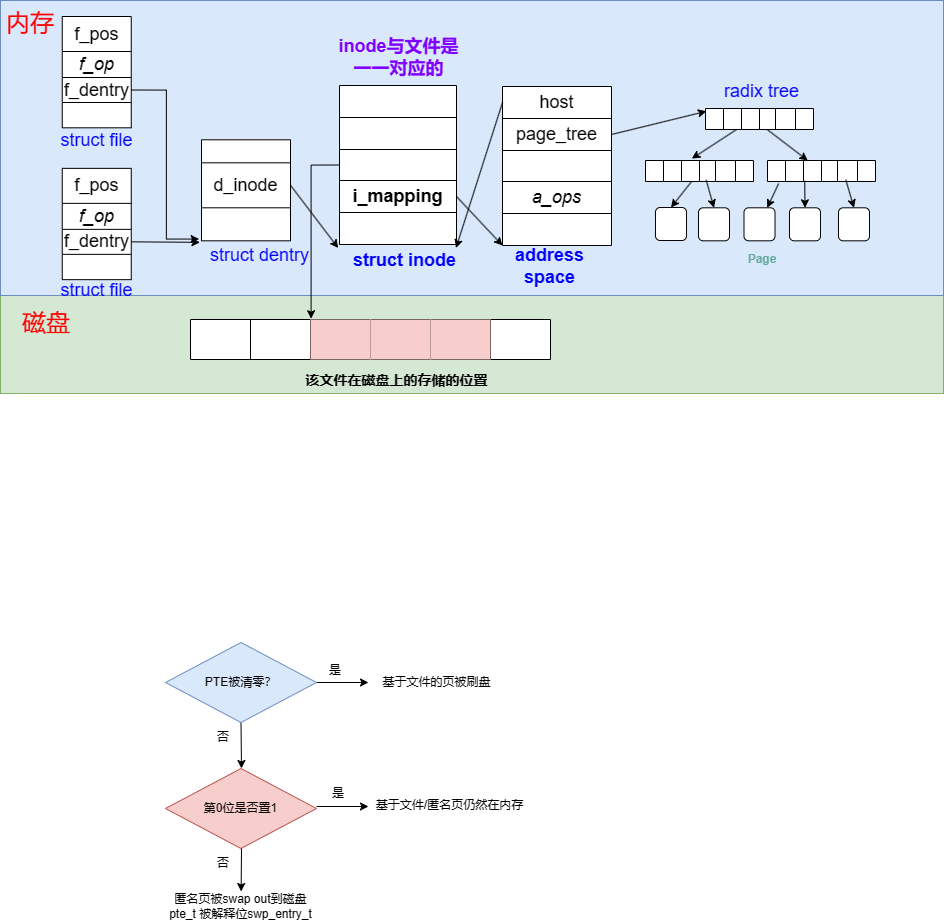
This is OS/mmap/mmap.drawio.png from SixPlusAndTimes/drawio, a draw.io export, as it was before one commit. Source tidied: cells renumbered, new cells last; positions are measured from the earlier drawing's top-left corner, leaving out a move shared by most shapes.
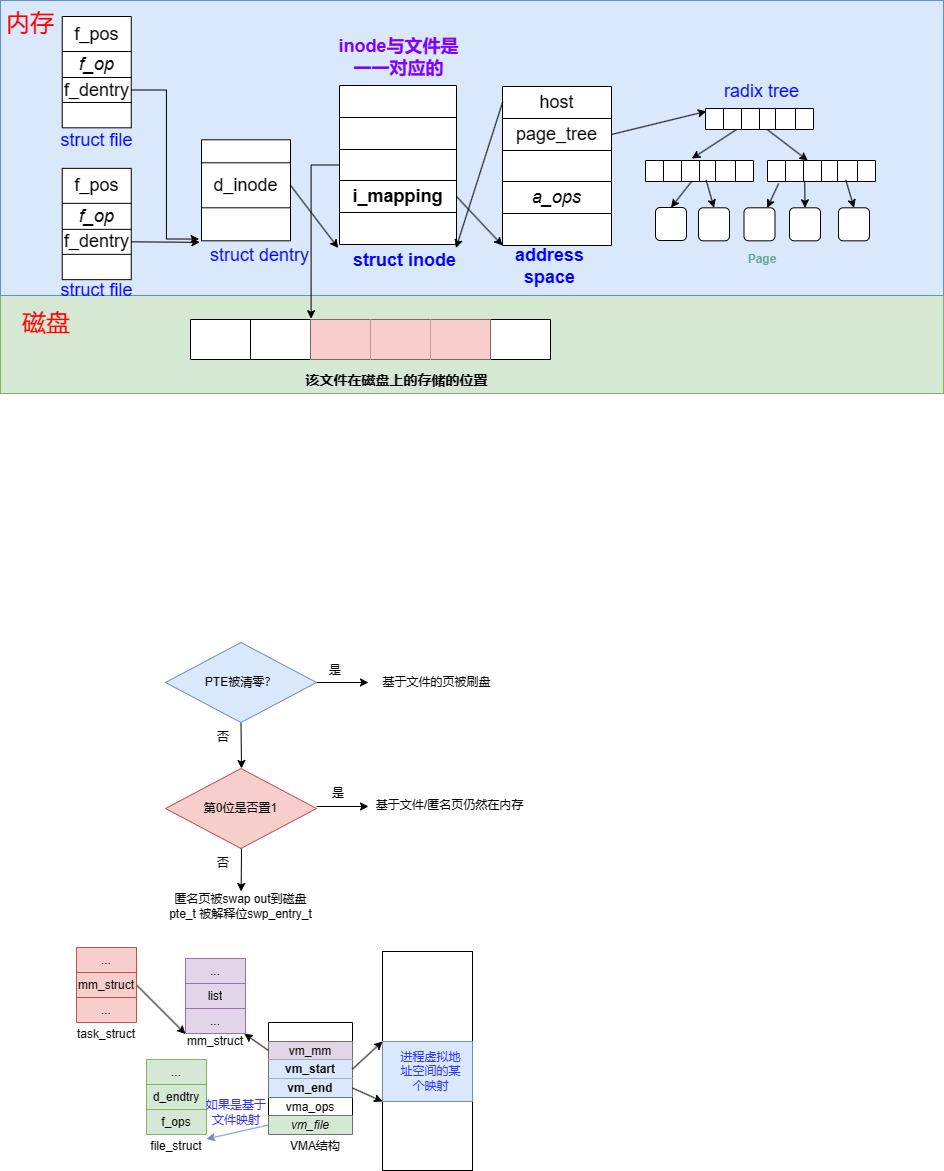
After the commit.

Change to the diagram source:
```diff
@@ -381,5 +381,146 @@
     <mxCell id="125" style="edgeStyle=orthogonalEdgeStyle;rounded=0;jettySize=auto;html=1;exitX=1;exitY=0.5;exitDx=0;exitDy=0;entryX=-0.027;entryY=0.946;entryDx=0;entryDy=0;entryPerimeter=0;" parent="1" edge="1" source="121" target="20">
       <mxGeometry relative="1" as="geometry" />
     </mxCell>
+    <mxCell id="126" style="shape=table;startSize=0;" parent="1" vertex="1">
+      <mxGeometry x="268" y="1022" width="84" height="112" as="geometry" />
+    </mxCell>
+    <mxCell id="127" style="shape=tableRow;horizontal=0;startSize=0;swimlaneHead=0;swimlaneBody=0;strokeColor=inherit;top=0;left=0;bottom=0;right=0;fillColor=none;" parent="126" vertex="1">
+      <mxGeometry width="84" height="19" as="geometry" />
+    </mxCell>
+    <mxCell id="128" style="shape=partialRectangle;html=1;whiteSpace=wrap;strokeColor=inherit;overflow=hidden;fillColor=none;top=0;left=0;bottom=0;right=0;" parent="127" vertex="1">
+      <mxGeometry width="84" height="19" as="geometry" />
+    </mxCell>
+    <mxCell id="129" style="shape=tableRow;horizontal=0;startSize=0;swimlaneHead=0;swimlaneBody=0;strokeColor=inherit;top=0;left=0;bottom=0;right=0;fillColor=none;points=[[0,0.5],[1,0.5]];portConstraint=eastwest;" parent="126" vertex="1">
+      <mxGeometry y="19" width="84" height="18" as="geometry" />
+    </mxCell>
+    <mxCell id="130" value="vm_mm" style="shape=partialRectangle;html=1;whiteSpace=wrap;strokeColor=#9673a6;overflow=hidden;fillColor=#e1d5e7;top=0;left=0;bottom=0;right=0;" parent="129" vertex="1">
+      <mxGeometry width="84" height="18" as="geometry" />
+    </mxCell>
+    <mxCell id="131" style="shape=tableRow;horizontal=0;startSize=0;swimlaneHead=0;swimlaneBody=0;strokeColor=inherit;top=0;left=0;bottom=0;right=0;fillColor=none;points=[[0,0.5],[1,0.5]];portConstraint=eastwest;" parent="126" vertex="1">
+      <mxGeometry y="37" width="84" height="19" as="geometry" />
+    </mxCell>
+    <mxCell id="132" value="&lt;b&gt;vm_start&lt;/b&gt;" style="shape=partialRectangle;html=1;whiteSpace=wrap;strokeColor=#6c8ebf;overflow=hidden;fillColor=#dae8fc;top=0;left=0;bottom=0;right=0;" parent="131" vertex="1">
+      <mxGeometry width="84" height="19" as="geometry" />
+    </mxCell>
+    <mxCell id="133" style="shape=tableRow;horizontal=0;startSize=0;swimlaneHead=0;swimlaneBody=0;strokeColor=inherit;top=0;left=0;bottom=0;right=0;fillColor=none;points=[[0,0.5],[1,0.5]];portConstraint=eastwest;" parent="126" vertex="1">
+      <mxGeometry y="56" width="84" height="19" as="geometry" />
+    </mxCell>
+    <mxCell id="134" value="&lt;b&gt;vm_end&lt;/b&gt;" style="shape=partialRectangle;html=1;whiteSpace=wrap;strokeColor=#6c8ebf;overflow=hidden;fillColor=#dae8fc;top=0;left=0;bottom=0;right=0;" parent="133" vertex="1">
+      <mxGeometry width="84" height="19" as="geometry" />
+    </mxCell>
+    <mxCell id="135" style="shape=tableRow;horizontal=0;startSize=0;swimlaneHead=0;swimlaneBody=0;strokeColor=inherit;top=0;left=0;bottom=0;right=0;fillColor=none;" parent="126" vertex="1">
+      <mxGeometry y="75" width="84" height="18" as="geometry" />
+    </mxCell>
+    <mxCell id="136" value="vma_ops" style="shape=partialRectangle;html=1;whiteSpace=wrap;strokeColor=inherit;overflow=hidden;fillColor=none;top=0;left=0;bottom=0;right=0;" parent="135" vertex="1">
+      <mxGeometry width="84" height="18" as="geometry" />
+    </mxCell>
+    <mxCell id="137" style="shape=tableRow;horizontal=0;startSize=0;swimlaneHead=0;swimlaneBody=0;strokeColor=inherit;top=0;left=0;bottom=0;right=0;fillColor=none;points=[[0,0.5],[1,0.5]];portConstraint=eastwest;" parent="126" vertex="1">
+      <mxGeometry y="93" width="84" height="19" as="geometry" />
+    </mxCell>
+    <mxCell id="138" value="&lt;i&gt;vm_file&lt;/i&gt;" style="shape=partialRectangle;html=1;whiteSpace=wrap;strokeColor=#82b366;overflow=hidden;fillColor=#d5e8d4;top=0;left=0;bottom=0;right=0;" parent="137" vertex="1">
+      <mxGeometry width="84" height="19" as="geometry" />
+    </mxCell>
+    <mxCell id="139" style="rounded=0;whiteSpace=wrap;html=1;" parent="1" vertex="1">
+      <mxGeometry x="382" y="951" width="90" height="219" as="geometry" />
+    </mxCell>
+    <mxCell id="140" style="rounded=0;whiteSpace=wrap;html=1;fillColor=#dae8fc;strokeColor=#6c8ebf;" parent="1" vertex="1">
+      <mxGeometry x="382" y="1041" width="90" height="60" as="geometry" />
+    </mxCell>
+    <mxCell id="141" style="rounded=0;jettySize=auto;html=1;exitX=1;exitY=0.5;exitDx=0;exitDy=0;entryX=0;entryY=0;entryDx=0;entryDy=0;" parent="1" edge="1" source="131" target="140">
+      <mxGeometry relative="1" as="geometry" />
+    </mxCell>
+    <mxCell id="142" style="rounded=0;jettySize=auto;html=1;exitX=1;exitY=0.5;exitDx=0;exitDy=0;entryX=0;entryY=1;entryDx=0;entryDy=0;" parent="1" edge="1" source="133" target="140">
+      <mxGeometry relative="1" as="geometry" />
+    </mxCell>
+    <mxCell id="143" value="&lt;font color=&quot;#3333ff&quot;&gt;进程虚拟地址空间的某个映射&lt;/font&gt;" style="text;html=1;strokeColor=none;fillColor=none;align=center;verticalAlign=middle;whiteSpace=wrap;rounded=0;" parent="1" vertex="1">
+      <mxGeometry x="396" y="1056" width="69" height="30" as="geometry" />
+    </mxCell>
+    <mxCell id="144" value="VMA结构" style="text;html=1;strokeColor=none;fillColor=none;align=center;verticalAlign=middle;whiteSpace=wrap;rounded=0;" parent="1" vertex="1">
+      <mxGeometry x="285" y="1131" width="60" height="30" as="geometry" />
+    </mxCell>
+    <mxCell id="145" style="shape=table;startSize=0;fillColor=#e1d5e7;strokeColor=#9673a6;" parent="1" vertex="1">
+      <mxGeometry x="185" y="958" width="60" height="75" as="geometry" />
+    </mxCell>
+    <mxCell id="146" style="shape=tableRow;horizontal=0;startSize=0;swimlaneHead=0;swimlaneBody=0;strokeColor=inherit;top=0;left=0;bottom=0;right=0;fillColor=none;" parent="145" vertex="1">
+      <mxGeometry width="60" height="25" as="geometry" />
+    </mxCell>
+    <mxCell id="147" value="..." style="shape=partialRectangle;html=1;whiteSpace=wrap;strokeColor=inherit;overflow=hidden;fillColor=none;top=0;left=0;bottom=0;right=0;" parent="146" vertex="1">
+      <mxGeometry width="60" height="25" as="geometry" />
+    </mxCell>
+    <mxCell id="148" style="shape=tableRow;horizontal=0;startSize=0;swimlaneHead=0;swimlaneBody=0;strokeColor=inherit;top=0;left=0;bottom=0;right=0;fillColor=none;" parent="145" vertex="1">
+      <mxGeometry y="25" width="60" height="25" as="geometry" />
+    </mxCell>
+    <mxCell id="149" value="list" style="shape=partialRectangle;html=1;whiteSpace=wrap;strokeColor=inherit;overflow=hidden;fillColor=none;top=0;left=0;bottom=0;right=0;" parent="148" vertex="1">
+      <mxGeometry width="60" height="25" as="geometry" />
+    </mxCell>
+    <mxCell id="150" style="shape=tableRow;horizontal=0;startSize=0;swimlaneHead=0;swimlaneBody=0;strokeColor=inherit;top=0;left=0;bottom=0;right=0;fillColor=none;points=[[0,0.5],[1,0.5]];portConstraint=eastwest;" parent="145" vertex="1">
+      <mxGeometry y="50" width="60" height="25" as="geometry" />
+    </mxCell>
+    <mxCell id="151" value="..." style="shape=partialRectangle;html=1;whiteSpace=wrap;strokeColor=inherit;overflow=hidden;fillColor=none;top=0;left=0;bottom=0;right=0;" parent="150" vertex="1">
+      <mxGeometry width="60" height="25" as="geometry" />
+    </mxCell>
+    <mxCell id="152" value="mm_struct" style="text;html=1;strokeColor=none;fillColor=none;align=center;verticalAlign=middle;whiteSpace=wrap;rounded=0;" parent="1" vertex="1">
+      <mxGeometry x="185" y="1026" width="60" height="30" as="geometry" />
+    </mxCell>
+    <mxCell id="153" style="rounded=0;jettySize=auto;html=1;exitX=0;exitY=0.5;exitDx=0;exitDy=0;entryX=0.98;entryY=1.009;entryDx=0;entryDy=0;entryPerimeter=0;" parent="1" edge="1" source="129" target="150">
+      <mxGeometry relative="1" as="geometry" />
+    </mxCell>
+    <mxCell id="154" style="shape=table;startSize=0;fillColor=#d5e8d4;strokeColor=#82b366;" parent="1" vertex="1">
+      <mxGeometry x="146" y="1059" width="60" height="75" as="geometry" />
+    </mxCell>
+    <mxCell id="155" style="shape=tableRow;horizontal=0;startSize=0;swimlaneHead=0;swimlaneBody=0;strokeColor=inherit;top=0;left=0;bottom=0;right=0;fillColor=none;" parent="154" vertex="1">
+      <mxGeometry width="60" height="25" as="geometry" />
+    </mxCell>
+    <mxCell id="156" value="..." style="shape=partialRectangle;html=1;whiteSpace=wrap;strokeColor=inherit;overflow=hidden;fillColor=none;top=0;left=0;bottom=0;right=0;" parent="155" vertex="1">
+      <mxGeometry width="60" height="25" as="geometry" />
+    </mxCell>
+    <mxCell id="157" style="shape=tableRow;horizontal=0;startSize=0;swimlaneHead=0;swimlaneBody=0;strokeColor=inherit;top=0;left=0;bottom=0;right=0;fillColor=none;" parent="154" vertex="1">
+      <mxGeometry y="25" width="60" height="25" as="geometry" />
+    </mxCell>
+    <mxCell id="158" value="d_endtry" style="shape=partialRectangle;html=1;whiteSpace=wrap;strokeColor=inherit;overflow=hidden;fillColor=none;top=0;left=0;bottom=0;right=0;" parent="157" vertex="1">
+      <mxGeometry width="60" height="25" as="geometry" />
+    </mxCell>
+    <mxCell id="159" style="shape=tableRow;horizontal=0;startSize=0;swimlaneHead=0;swimlaneBody=0;strokeColor=inherit;top=0;left=0;bottom=0;right=0;fillColor=none;" parent="154" vertex="1">
+      <mxGeometry y="50" width="60" height="25" as="geometry" />
+    </mxCell>
+    <mxCell id="160" value="f_ops" style="shape=partialRectangle;html=1;whiteSpace=wrap;strokeColor=inherit;overflow=hidden;fillColor=none;top=0;left=0;bottom=0;right=0;" parent="159" vertex="1">
+      <mxGeometry width="60" height="25" as="geometry" />
+    </mxCell>
+    <mxCell id="161" value="file_struct" style="text;html=1;strokeColor=none;fillColor=none;align=center;verticalAlign=middle;whiteSpace=wrap;rounded=0;" parent="1" vertex="1">
+      <mxGeometry x="146" y="1131" width="60" height="30" as="geometry" />
+    </mxCell>
+    <mxCell id="162" style="rounded=0;jettySize=auto;html=1;exitX=0;exitY=0.5;exitDx=0;exitDy=0;entryX=1;entryY=0.25;entryDx=0;entryDy=0;fillColor=#dae8fc;strokeColor=#6c8ebf;" parent="1" edge="1" source="137" target="161">
+      <mxGeometry relative="1" as="geometry" />
+    </mxCell>
+    <mxCell id="163" value="&lt;font color=&quot;#3333ff&quot;&gt;如果是基于文件映射&lt;/font&gt;" style="text;html=1;strokeColor=none;fillColor=none;align=center;verticalAlign=middle;whiteSpace=wrap;rounded=0;" parent="1" vertex="1">
+      <mxGeometry x="203" y="1097" width="66" height="30" as="geometry" />
+    </mxCell>
+    <mxCell id="164" style="rounded=0;jettySize=auto;html=1;exitX=1;exitY=0.5;exitDx=0;exitDy=0;entryX=0;entryY=0.25;entryDx=0;entryDy=0;" parent="1" edge="1" source="165" target="152">
+      <mxGeometry relative="1" as="geometry" />
+    </mxCell>
+    <mxCell id="165" style="shape=table;startSize=0;fillColor=#f8cecc;strokeColor=#b85450;" parent="1" vertex="1">
+      <mxGeometry x="76" y="947" width="60" height="75" as="geometry" />
+    </mxCell>
+    <mxCell id="166" style="shape=tableRow;horizontal=0;startSize=0;swimlaneHead=0;swimlaneBody=0;strokeColor=inherit;top=0;left=0;bottom=0;right=0;fillColor=none;" parent="165" vertex="1">
+      <mxGeometry width="60" height="25" as="geometry" />
+    </mxCell>
+    <mxCell id="167" value="..." style="shape=partialRectangle;html=1;whiteSpace=wrap;strokeColor=inherit;overflow=hidden;fillColor=none;top=0;left=0;bottom=0;right=0;" parent="166" vertex="1">
+      <mxGeometry width="60" height="25" as="geometry" />
+    </mxCell>
+    <mxCell id="168" style="shape=tableRow;horizontal=0;startSize=0;swimlaneHead=0;swimlaneBody=0;strokeColor=inherit;top=0;left=0;bottom=0;right=0;fillColor=none;" parent="165" vertex="1">
+      <mxGeometry y="25" width="60" height="25" as="geometry" />
+    </mxCell>
+    <mxCell id="169" value="mm_struct" style="shape=partialRectangle;html=1;whiteSpace=wrap;strokeColor=inherit;overflow=hidden;fillColor=none;top=0;left=0;bottom=0;right=0;" parent="168" vertex="1">
+      <mxGeometry width="60" height="25" as="geometry" />
+    </mxCell>
+    <mxCell id="170" style="shape=tableRow;horizontal=0;startSize=0;swimlaneHead=0;swimlaneBody=0;strokeColor=inherit;top=0;left=0;bottom=0;right=0;fillColor=none;" parent="165" vertex="1">
+      <mxGeometry y="50" width="60" height="25" as="geometry" />
+    </mxCell>
+    <mxCell id="171" value="..." style="shape=partialRectangle;html=1;whiteSpace=wrap;strokeColor=inherit;overflow=hidden;fillColor=none;top=0;left=0;bottom=0;right=0;" parent="170" vertex="1">
+      <mxGeometry width="60" height="25" as="geometry" />
+    </mxCell>
+    <mxCell id="172" value="task_struct" style="text;html=1;strokeColor=none;fillColor=none;align=center;verticalAlign=middle;whiteSpace=wrap;rounded=0;" parent="1" vertex="1">
+      <mxGeometry x="76" y="1019" width="60" height="30" as="geometry" />
+    </mxCell>
   </root>
 </mxGraphModel>
```
